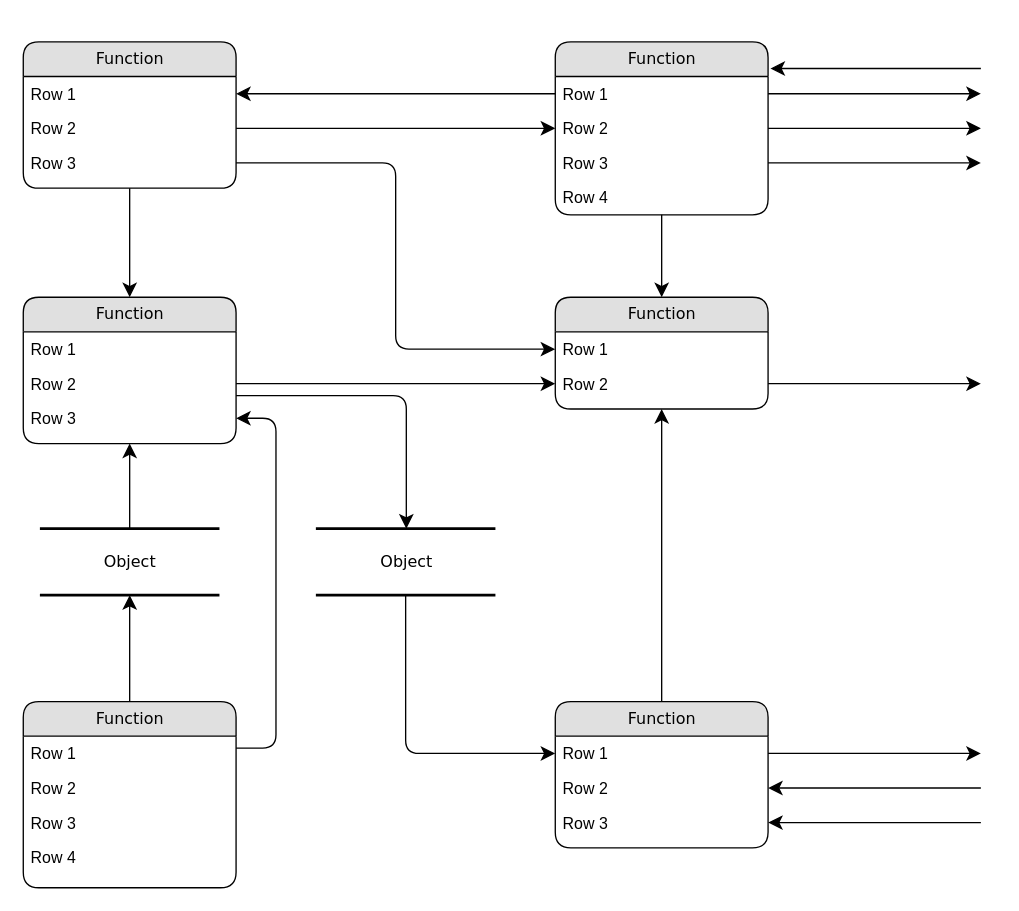
Above: BI权限关系图.drawio in tom-xz/draw-io-file (draw.io), before the change. Source tidied: cells renumbered, new cells numbered last; positions are measured from the earlier drawing's top-left corner, leaving out a move shared by most shapes. Both pictures are drawn from the tidied source at 133%, with x=0, y=0 at pixel (23, 41).
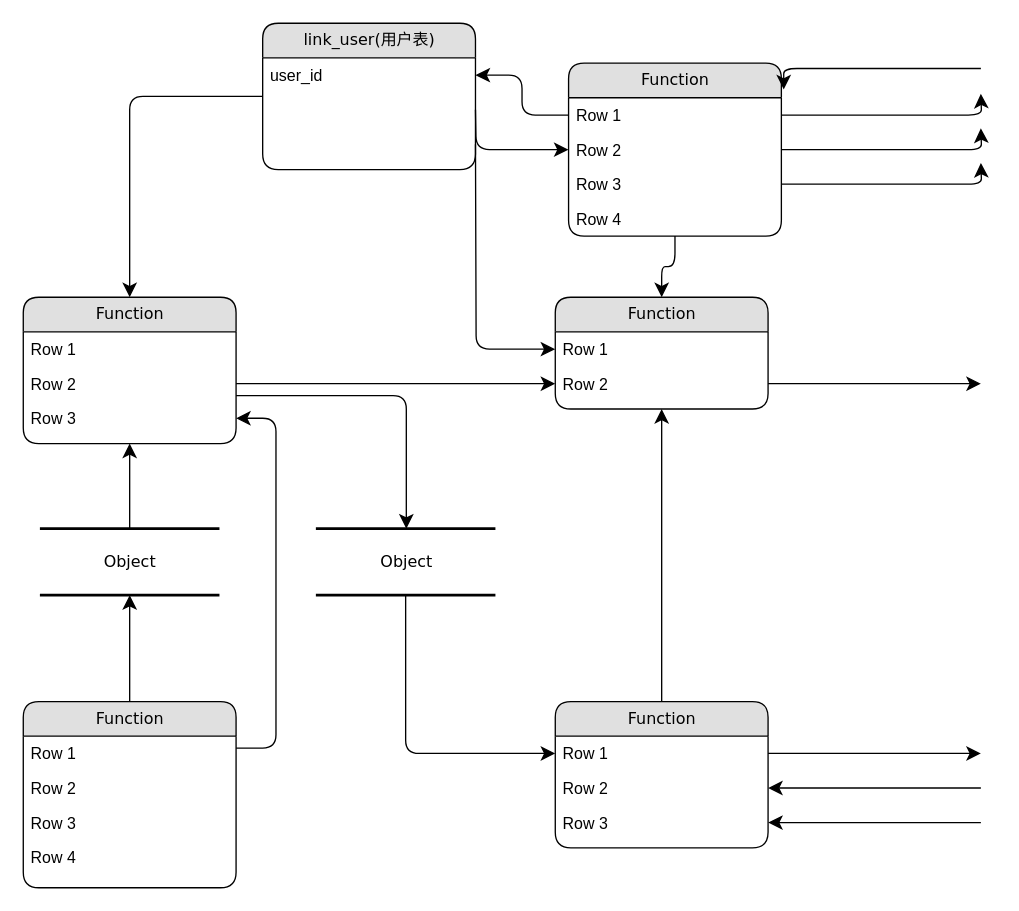
Above is the later version.

Commit message:
更新BI权限关系图.drawio

Unchanged cells that the change refers to:
```xml
<mxCell id="9" value="Row 2" style="text;html=1;strokeColor=none;fillColor=none;spacingLeft=4;spacingRight=4;whiteSpace=wrap;overflow=hidden;points=[[0,0.5],[1,0.5]];portConstraint=eastwest;" parent="7" vertex="1">
  <mxGeometry y="52" width="160" height="26" as="geometry" />
</mxCell>
<mxCell id="22" value="Row 1" style="text;html=1;strokeColor=none;fillColor=none;spacingLeft=4;spacingRight=4;whiteSpace=wrap;overflow=hidden;points=[[0,0.5],[1,0.5]];portConstraint=eastwest;" parent="21" vertex="1">
  <mxGeometry y="26" width="160" height="26" as="geometry" />
</mxCell>
```

Diff of the diagram source:
```diff
@@
-    <mxCell id="3" value="Function" style="swimlane;html=1;fontStyle=0;horizontal=1;startSize=26;fillColor=#e0e0e0;swimlaneFillColor=#ffffff;align=center;rounded=1;shadow=0;comic=0;labelBackgroundColor=none;strokeWidth=1;fontFamily=Verdana;fontSize=12;" parent="1" vertex="1">
-      <mxGeometry width="160" height="110" as="geometry" />
+    <mxCell id="3" value="link_user(用户表)" style="swimlane;html=1;fontStyle=0;horizontal=1;startSize=26;fillColor=#e0e0e0;swimlaneFillColor=#ffffff;align=center;rounded=1;shadow=0;comic=0;labelBackgroundColor=none;strokeWidth=1;fontFamily=Verdana;fontSize=12;" parent="1" vertex="1">
+      <mxGeometry x="180" y="-14" width="160" height="110" as="geometry" />
     </mxCell>
-    <mxCell id="4" value="Row 1" style="text;html=1;strokeColor=none;fillColor=none;spacingLeft=4;spacingRight=4;whiteSpace=wrap;overflow=hidden;points=[[0,0.5],[1,0.5]];portConstraint=eastwest;" parent="3" vertex="1">
+    <mxCell id="4" value="user_id&lt;div&gt;&lt;br/&gt;&lt;/div&gt;" style="text;html=1;strokeColor=none;fillColor=none;spacingLeft=4;spacingRight=4;whiteSpace=wrap;overflow=hidden;points=[[0,0.5],[1,0.5]];portConstraint=eastwest;" parent="3" vertex="1">
       <mxGeometry y="26" width="160" height="26" as="geometry" />
     </mxCell>
-    <mxCell id="5" value="Row 2" style="text;html=1;strokeColor=none;fillColor=none;spacingLeft=4;spacingRight=4;whiteSpace=wrap;overflow=hidden;points=[[0,0.5],[1,0.5]];portConstraint=eastwest;" parent="3" vertex="1">
-      <mxGeometry y="52" width="160" height="26" as="geometry" />
-    </mxCell>
-    <mxCell id="6" value="Row 3" style="text;html=1;strokeColor=none;fillColor=none;spacingLeft=4;spacingRight=4;whiteSpace=wrap;overflow=hidden;points=[[0,0.5],[1,0.5]];portConstraint=eastwest;" parent="3" vertex="1">
-      <mxGeometry y="78" width="160" height="26" as="geometry" />
-    </mxCell>
     <mxCell id="7" value="Function" style="swimlane;html=1;fontStyle=0;horizontal=1;startSize=26;fillColor=#e0e0e0;swimlaneFillColor=#ffffff;align=center;rounded=1;shadow=0;comic=0;labelBackgroundColor=none;strokeWidth=1;fontFamily=Verdana;fontSize=12;" parent="1" vertex="1">
-      <mxGeometry x="400" width="160" height="130" as="geometry" />
+      <mxGeometry x="410" y="16" width="160" height="130" as="geometry" />
     </mxCell>
@@
-    <mxCell id="37" style="edgeStyle=orthogonalEdgeStyle;html=1;entryX=0;entryY=0.5;labelBackgroundColor=none;startFill=0;startSize=8;endFill=1;endSize=8;fontFamily=Verdana;fontSize=12;exitX=1;exitY=0.5;" parent="1" edge="1" source="5" target="9">
-      <mxGeometry relative="1" as="geometry" />
+    <mxCell id="37" style="edgeStyle=orthogonalEdgeStyle;html=1;entryX=0;entryY=0.5;labelBackgroundColor=none;startFill=0;startSize=8;endFill=1;endSize=8;fontFamily=Verdana;fontSize=12;exitX=1;exitY=0.5;" parent="1" edge="1" target="9">
+      <mxGeometry relative="1" as="geometry">
+        <mxPoint x="340" y="51" as="sourcePoint" />
+      </mxGeometry>
     </mxCell>
@@
-    <mxCell id="39" style="edgeStyle=orthogonalEdgeStyle;html=1;exitX=1;exitY=0.5;entryX=0;entryY=0.5;labelBackgroundColor=none;startFill=0;startSize=8;endFill=1;endSize=8;fontFamily=Verdana;fontSize=12;" parent="1" edge="1" source="6" target="22">
-      <mxGeometry relative="1" as="geometry" />
+    <mxCell id="39" style="edgeStyle=orthogonalEdgeStyle;html=1;exitX=1;exitY=0.5;entryX=0;entryY=0.5;labelBackgroundColor=none;startFill=0;startSize=8;endFill=1;endSize=8;fontFamily=Verdana;fontSize=12;" parent="1" edge="1" target="22">
+      <mxGeometry relative="1" as="geometry">
+        <mxPoint x="340" y="77" as="sourcePoint" />
+      </mxGeometry>
     </mxCell>
```
